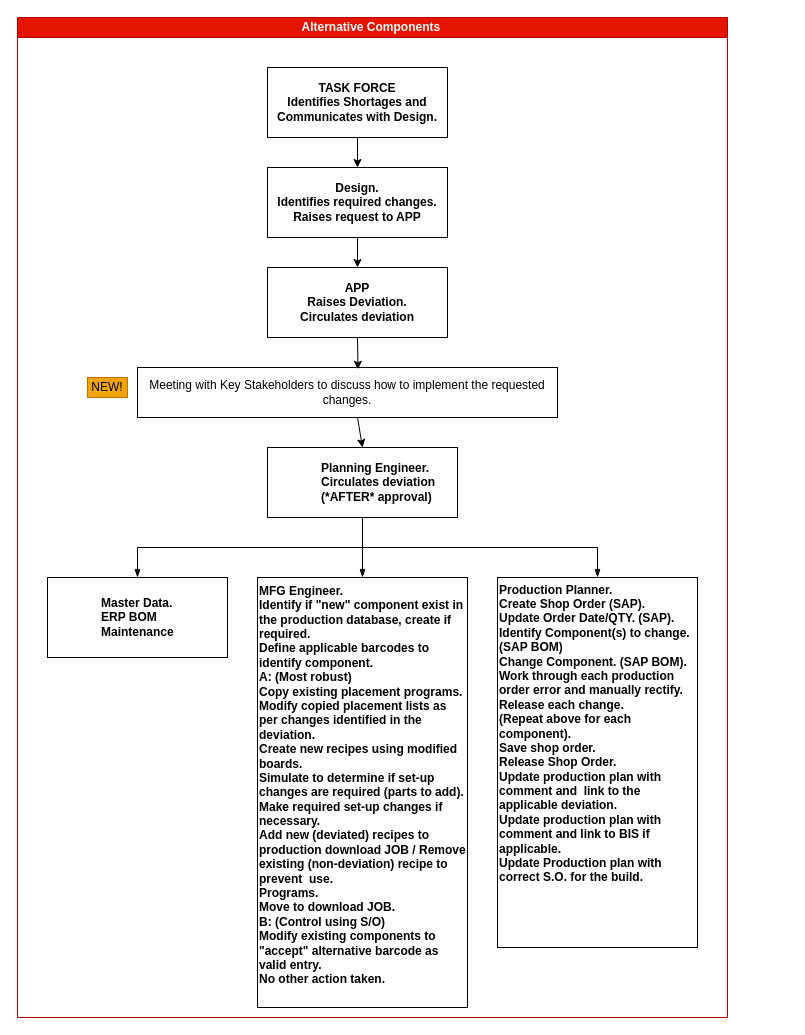
Before: Alt_Components.drawio in BertieHarte/Drawings, a draw.io diagram. Source tidied: cells renumbered, new cells numbered last; positions are measured from the earlier drawing's top-left corner, leaving out a move shared by most shapes. Both pictures are drawn from the tidied source at 100%, with x=0, y=0 at pixel (17, 17).
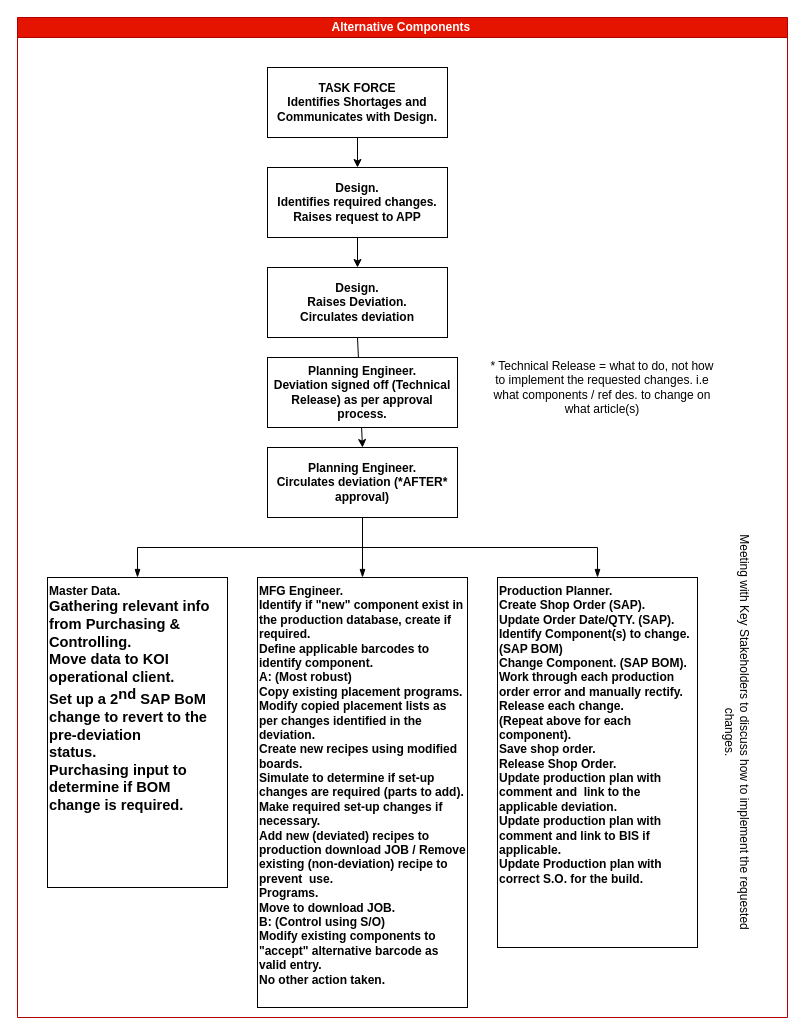
Above is the later version.

What changed in the source:
```diff
@@
-    <mxCell id="2" style="rounded=0;whiteSpace=wrap;html=1;align=center;" parent="1" vertex="1">
-      <mxGeometry x="120" y="350" width="420" height="50" as="geometry" />
-    </mxCell>
     <mxCell id="3" value="Alternative Components&amp;nbsp;" style="swimlane;html=1;startSize=20;horizontal=1;containerType=tree;glass=0;align=center;fillColor=#e51400;strokeColor=#B20000;fontColor=#ffffff;" parent="1" vertex="1">
-      <mxGeometry width="710" height="1000" as="geometry" />
+      <mxGeometry width="770" height="1000" as="geometry" />
     </mxCell>
-    <mxCell id="4" value="Planning Engineer.&lt;br&gt;Circulates deviation (*AFTER* approval)" style="label;whiteSpace=wrap;html=1;rounded=0;glass=0;" parent="3" vertex="1">
+    <mxCell id="4" value="Planning Engineer.&lt;br&gt;Circulates deviation (*AFTER* approval)" style="label;whiteSpace=wrap;html=1;rounded=0;glass=0;align=center;spacingLeft=0;" parent="3" vertex="1">
       <mxGeometry x="250" y="430" width="190" height="70" as="geometry" />
     </mxCell>
@@
-    <mxCell id="6" value="Master Data.&lt;br&gt;ERP BOM Maintenance" style="label;whiteSpace=wrap;html=1;rounded=0;glass=0;" parent="3" vertex="1">
-      <mxGeometry x="30" y="560" width="180" height="80" as="geometry" />
+    <mxCell id="6" value="Master Data.&lt;br&gt;&lt;span style=&quot;font-size: 11pt ; font-family: &amp;#34;calibri&amp;#34; , sans-serif&quot;&gt;Gathering relevant info from Purchasing &amp;amp; Controlling.&lt;br&gt;Move data to&amp;nbsp;&lt;/span&gt;&lt;span style=&quot;font-size: 11pt ; font-family: &amp;#34;calibri&amp;#34; , sans-serif&quot;&gt;KOI operational client.&amp;nbsp;&lt;/span&gt;&lt;span style=&quot;font-size: 11pt ; font-family: &amp;#34;calibri&amp;#34; , sans-serif&quot;&gt;&lt;br&gt;&lt;/span&gt;&lt;font face=&quot;calibri, sans-serif&quot;&gt;&lt;span style=&quot;font-size: 11pt&quot;&gt;Set up a 2&lt;/span&gt;&lt;/font&gt;&lt;sup style=&quot;font-family: &amp;#34;calibri&amp;#34; , sans-serif ; font-size: 11pt&quot;&gt;nd&lt;/sup&gt;&lt;font face=&quot;calibri, sans-serif&quot;&gt;&lt;span style=&quot;font-size: 11pt&quot;&gt; SAP BoM change to revert to the pre-deviation&lt;/span&gt;&lt;/font&gt;&lt;br&gt;&lt;font face=&quot;calibri, sans-serif&quot;&gt;&lt;span style=&quot;font-size: 11pt&quot;&gt;status.&lt;/span&gt;&lt;/font&gt;&lt;br&gt;&lt;font face=&quot;calibri, sans-serif&quot;&gt;&lt;span style=&quot;font-size: 11pt&quot;&gt;Purchasing input to determine if BOM &lt;/span&gt;&lt;span style=&quot;font-size: 14.6667px&quot;&gt;change&lt;/span&gt;&lt;span style=&quot;font-size: 11pt&quot;&gt;&amp;nbsp;is required.&lt;/span&gt;&lt;/font&gt;" style="label;whiteSpace=wrap;html=1;rounded=0;glass=0;align=left;spacingLeft=0;verticalAlign=top;" parent="3" vertex="1">
+      <mxGeometry x="30" y="560" width="180" height="310" as="geometry" />
     </mxCell>
@@
-    <mxCell id="8" value="MFG Engineer.&lt;br&gt;Identify if &quot;new&quot; component exist in the production database, create if required.&lt;br&gt;Define applicable barcodes to identify component.&lt;br&gt;A: (Most robust)&lt;br&gt;Copy existing placement programs.&lt;br&gt;Modify copied placement lists as per changes identified in the deviation.&lt;br&gt;Create new recipes using modified boards.&lt;br&gt;Simulate to determine if set-up changes are required (parts to add).&lt;br&gt;Make required set-up changes if necessary.&lt;br&gt;Add new (deviated) recipes to production download JOB / Remove existing (non-deviation) recipe to prevent&amp;nbsp; use.&lt;br&gt;Programs.&lt;br&gt;&lt;div&gt;&lt;span&gt;Move to download JOB.&lt;/span&gt;&lt;/div&gt;&lt;div&gt;&lt;span&gt;B: (Control using S/O)&lt;/span&gt;&lt;/div&gt;&lt;div&gt;&lt;span&gt;Modify existing&amp;nbsp;components&amp;nbsp;to &quot;accept&quot; alternative barcode as valid entry.&lt;/span&gt;&lt;/div&gt;&lt;div&gt;&lt;span&gt;No other action taken.&lt;/span&gt;&lt;/div&gt;&lt;div&gt;&lt;span&gt;&lt;br&gt;&lt;/span&gt;&lt;/div&gt;" style="label;whiteSpace=wrap;html=1;rounded=0;glass=0;spacingLeft=0;align=left;" parent="3" vertex="1">
+    <mxCell id="8" value="MFG Engineer.&lt;br&gt;Identify if &quot;new&quot; component exist in the production database, create if required.&lt;br&gt;Define applicable barcodes to identify component.&lt;br&gt;A: (Most robust)&lt;br&gt;Copy existing placement programs.&lt;br&gt;Modify copied placement lists as per changes identified in the deviation.&lt;br&gt;Create new recipes using modified boards.&lt;br&gt;Simulate to determine if set-up changes are required (parts to add).&lt;br&gt;Make required set-up changes if necessary.&lt;br&gt;Add new (deviated) recipes to production download JOB / Remove existing (non-deviation) recipe to prevent&amp;nbsp; use.&lt;br&gt;Programs.&lt;br&gt;&lt;div&gt;&lt;span&gt;Move to download JOB.&lt;/span&gt;&lt;/div&gt;&lt;div&gt;&lt;span&gt;B: (Control using S/O)&lt;/span&gt;&lt;/div&gt;&lt;div&gt;&lt;span&gt;Modify existing&amp;nbsp;components&amp;nbsp;to &quot;accept&quot; alternative barcode as valid entry.&lt;/span&gt;&lt;/div&gt;&lt;div&gt;&lt;span&gt;No other action taken.&lt;/span&gt;&lt;/div&gt;&lt;div&gt;&lt;span&gt;&lt;br&gt;&lt;/span&gt;&lt;/div&gt;" style="label;whiteSpace=wrap;html=1;rounded=0;glass=0;spacingLeft=0;align=left;verticalAlign=top;" parent="3" vertex="1">
       <mxGeometry x="240" y="560" width="210" height="430" as="geometry" />
     </mxCell>
@@
-    <mxCell id="10" value="&lt;div&gt;&lt;span&gt;Production Planner.&lt;/span&gt;&lt;/div&gt;&lt;div&gt;&lt;span&gt;Create Shop Order (SAP).&lt;/span&gt;&lt;/div&gt;&lt;div&gt;&lt;span&gt;Update Order Date/QTY. (SAP).&lt;/span&gt;&lt;/div&gt;&lt;div&gt;&lt;span&gt;Identify Component(s) to change.(SAP BOM)&lt;/span&gt;&lt;/div&gt;&lt;div&gt;&lt;span&gt;Change Component. (SAP BOM).&lt;/span&gt;&lt;/div&gt;&lt;div&gt;Work through each production order error and manually rectify.&lt;/div&gt;&lt;div&gt;Release each change.&lt;/div&gt;&lt;div&gt;(Repeat above for each component).&lt;/div&gt;&lt;div&gt;Save shop order.&lt;/div&gt;&lt;div&gt;Release Shop Order.&lt;/div&gt;&lt;div&gt;Update production plan with comment and&amp;nbsp; link to the applicable deviation.&lt;/div&gt;&lt;div&gt;Update production plan with comment and link to BIS if applicable.&lt;/div&gt;&lt;div&gt;Update Production plan with correct S.O. for the build.&lt;/div&gt;&lt;div&gt;&lt;br&gt;&lt;/div&gt;&lt;div&gt;&lt;span&gt;&lt;br&gt;&lt;/span&gt;&lt;/div&gt;&lt;div&gt;&lt;span&gt;&lt;br&gt;&lt;/span&gt;&lt;/div&gt;&lt;div&gt;&lt;span&gt;&lt;br&gt;&lt;/span&gt;&lt;/div&gt;" style="label;whiteSpace=wrap;html=1;rounded=0;glass=0;align=left;spacingLeft=0;" parent="3" vertex="1">
+    <mxCell id="10" value="&lt;div&gt;&lt;span&gt;Production Planner.&lt;/span&gt;&lt;/div&gt;&lt;div&gt;&lt;span&gt;Create Shop Order (SAP).&lt;/span&gt;&lt;/div&gt;&lt;div&gt;&lt;span&gt;Update Order Date/QTY. (SAP).&lt;/span&gt;&lt;/div&gt;&lt;div&gt;&lt;span&gt;Identify Component(s) to change.(SAP BOM)&lt;/span&gt;&lt;/div&gt;&lt;div&gt;&lt;span&gt;Change Component. (SAP BOM).&lt;/span&gt;&lt;/div&gt;&lt;div&gt;Work through each production order error and manually rectify.&lt;/div&gt;&lt;div&gt;Release each change.&lt;/div&gt;&lt;div&gt;(Repeat above for each component).&lt;/div&gt;&lt;div&gt;Save shop order.&lt;/div&gt;&lt;div&gt;Release Shop Order.&lt;/div&gt;&lt;div&gt;Update production plan with comment and&amp;nbsp; link to the applicable deviation.&lt;/div&gt;&lt;div&gt;Update production plan with comment and link to BIS if applicable.&lt;/div&gt;&lt;div&gt;Update Production plan with correct S.O. for the build.&lt;/div&gt;&lt;div&gt;&lt;br&gt;&lt;/div&gt;&lt;div&gt;&lt;span&gt;&lt;br&gt;&lt;/span&gt;&lt;/div&gt;&lt;div&gt;&lt;span&gt;&lt;br&gt;&lt;/span&gt;&lt;/div&gt;&lt;div&gt;&lt;span&gt;&lt;br&gt;&lt;/span&gt;&lt;/div&gt;" style="label;whiteSpace=wrap;html=1;rounded=0;glass=0;align=left;spacingLeft=0;verticalAlign=top;" parent="3" vertex="1">
       <mxGeometry x="480" y="560" width="200" height="370" as="geometry" />
     </mxCell>
-    <mxCell id="11" value="APP&lt;br&gt;Raises Deviation.&lt;br&gt;Circulates deviation" style="label;whiteSpace=wrap;html=1;rounded=0;glass=0;align=center;spacingLeft=0;" parent="3" vertex="1">
+    <mxCell id="11" value="Design.&lt;br&gt;Raises Deviation.&lt;br&gt;Circulates deviation" style="label;whiteSpace=wrap;html=1;rounded=0;glass=0;align=center;spacingLeft=0;" parent="3" vertex="1">
       <mxGeometry x="250" y="250" width="180" height="70" as="geometry" />
     </mxCell>
@@
-    <mxCell id="13" value="Meeting with Key Stakeholders to discuss how to implement the requested changes." style="text;html=1;strokeColor=none;fillColor=none;align=center;verticalAlign=middle;whiteSpace=wrap;rounded=0;hachureGap=4;" parent="3" vertex="1">
-      <mxGeometry x="130" y="340" width="400" height="70" as="geometry" />
+    <mxCell id="13" value="Meeting with Key Stakeholders to discuss how to implement the requested changes." style="text;html=1;strokeColor=none;fillColor=none;align=center;verticalAlign=middle;whiteSpace=wrap;rounded=0;hachureGap=4;rotation=90;" parent="3" vertex="1">
+      <mxGeometry x="520" y="680" width="400" height="70" as="geometry" />
     </mxCell>
@@
-    <mxCell id="17" value="NEW!" style="text;html=1;strokeColor=#BD7000;fillColor=#f0a30a;align=center;verticalAlign=middle;whiteSpace=wrap;rounded=0;fontColor=#000000;" parent="3" vertex="1">
-      <mxGeometry x="70" y="360" width="40" height="20" as="geometry" />
-    </mxCell>
-    <mxCell id="18" style="endArrow=classic;html=1;exitX=0.5;exitY=1;exitDx=0;exitDy=0;entryX=0.525;entryY=0.036;entryDx=0;entryDy=0;entryPerimeter=0;" parent="1" edge="1" source="11" target="2">
+    <mxCell id="18" style="endArrow=classic;html=1;exitX=0.5;exitY=1;exitDx=0;exitDy=0;entryX=0.5;entryY=0;entryDx=0;entryDy=0;" parent="3" edge="1" source="11" target="4">
       <mxGeometry relative="1" as="geometry" />
     </mxCell>
-    <mxCell id="19" style="endArrow=classic;html=1;entryX=0.5;entryY=0;entryDx=0;entryDy=0;" parent="1" edge="1" target="4">
-      <mxGeometry relative="1" as="geometry">
-        <mxPoint x="340" y="400" as="sourcePoint" />
-      </mxGeometry>
-    </mxCell>
+    <mxCell id="20" value="Planning Engineer.&lt;br&gt;Deviation signed off (Technical Release) as per approval process." style="label;whiteSpace=wrap;html=1;rounded=0;glass=0;align=center;spacingLeft=0;" parent="3" vertex="1">
+      <mxGeometry x="250" y="340" width="190" height="70" as="geometry" />
+    </mxCell>
+    <mxCell id="21" value="* Technical Release = what to do, not how to implement the requested changes. i.e what components / ref des. to change on what article(s)" style="text;html=1;strokeColor=none;fillColor=none;align=center;verticalAlign=middle;whiteSpace=wrap;rounded=0;" parent="3" vertex="1">
+      <mxGeometry x="470" y="340" width="230" height="60" as="geometry" />
+    </mxCell>
```
